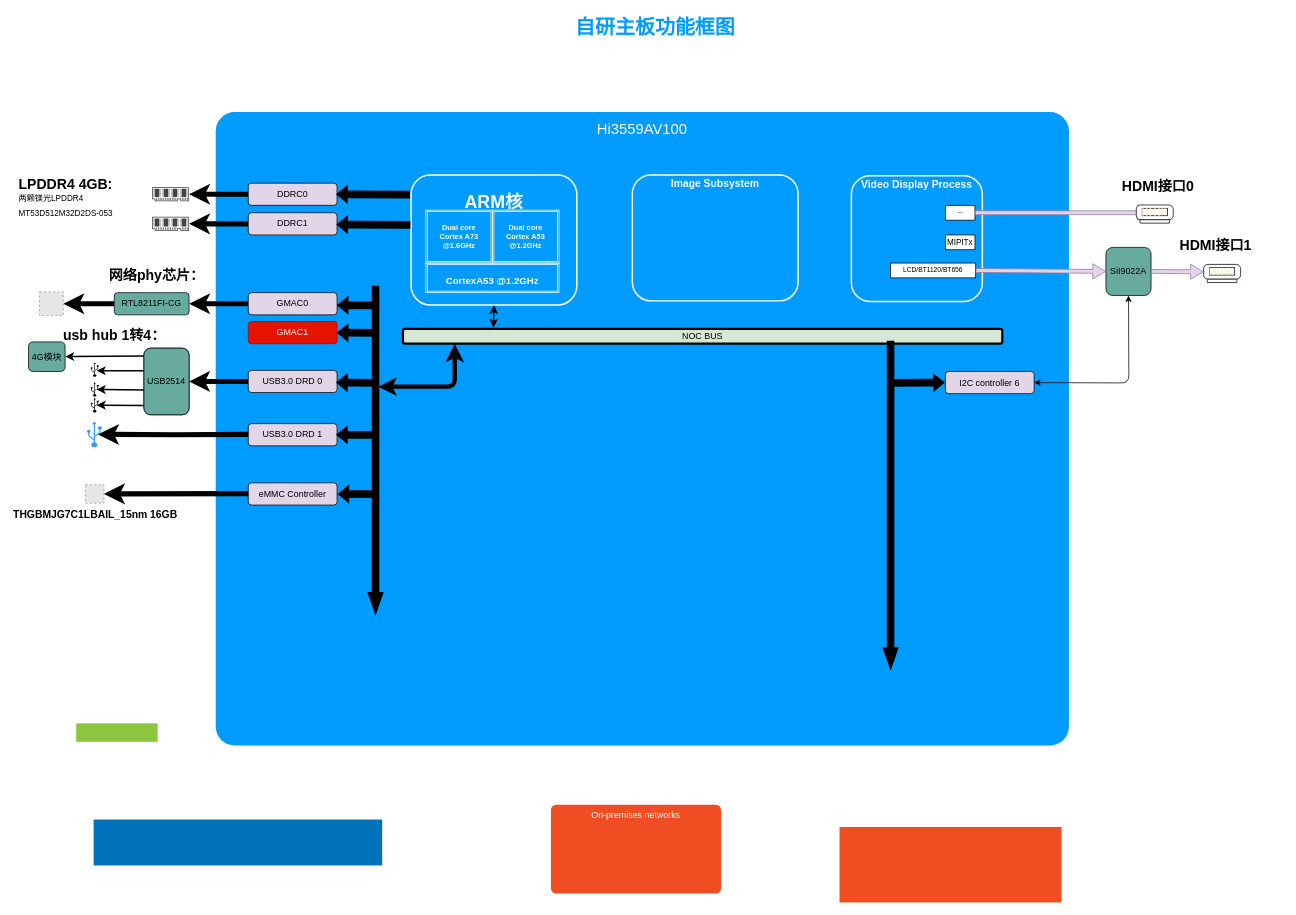
qiaoshouxing/draw.io keeps this draw.io diagram as Hi3559av100.drawio. Above is the earlier version. Source tidied: cells renumbered, new cells numbered last; positions are measured from the earlier drawing's top-left corner, leaving out a move shared by most shapes. Both pictures are drawn from the tidied source at 74%, with x=0, y=0 at pixel (17, 13). Pictures stored in the file or linked from it are replaced by grey dashed boxes.
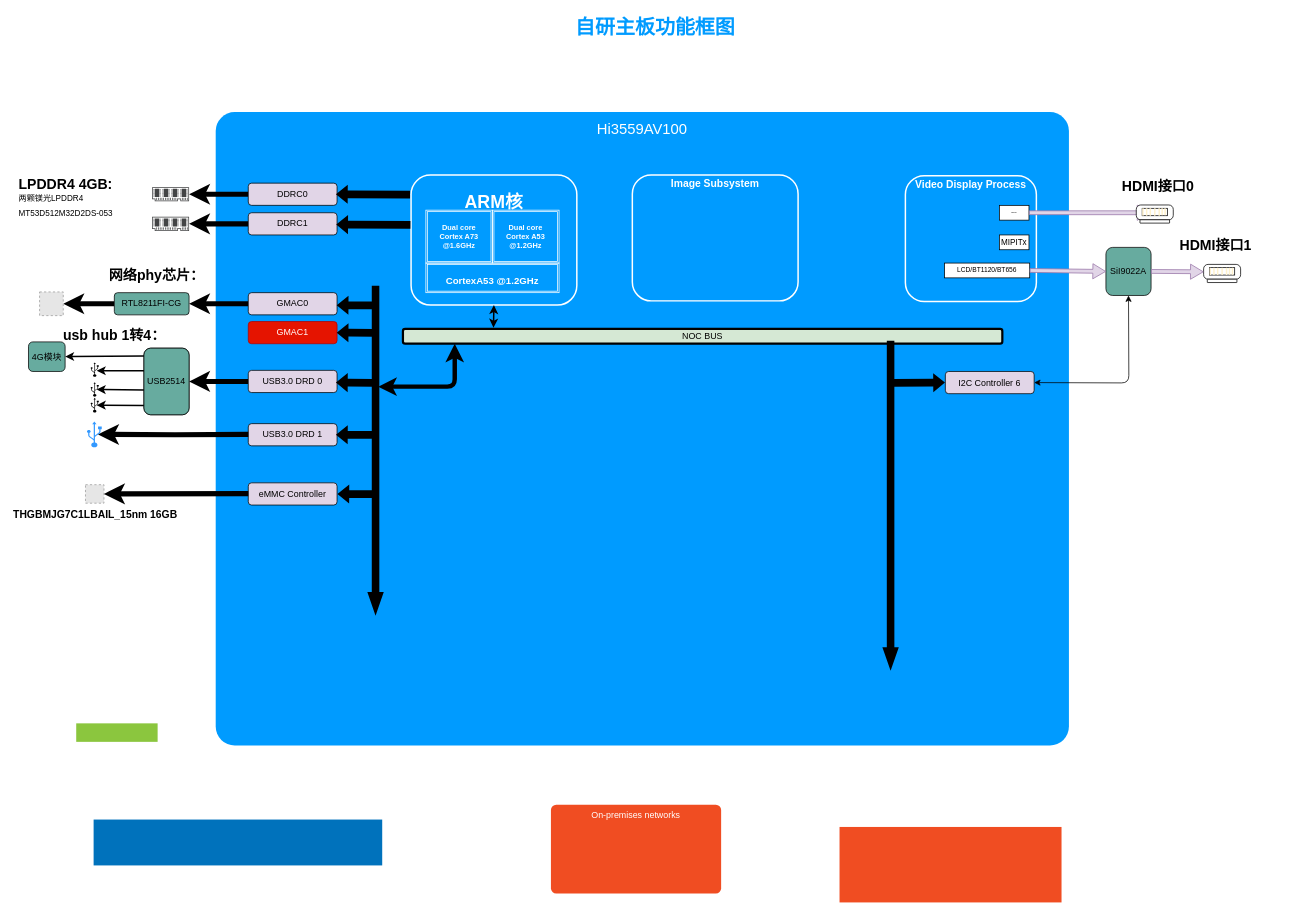
After the change.

The edit, as a diff of the source:
```diff
@@
     <mxCell id="57" value="&lt;h1&gt;&lt;font color=&quot;#ffffff&quot; style=&quot;font-size: 14px&quot;&gt;Video Display Process&lt;/font&gt;&lt;/h1&gt;" style="rounded=1;whiteSpace=wrap;html=1;shadow=0;strokeWidth=2;fillColor=none;fontSize=12;fontColor=#000000;align=center;strokeColor=#FFFFFF;verticalAlign=top;horizontal=1;spacing=-26;" parent="1" vertex="1">
-      <mxGeometry x="1127" y="220" width="177" height="170" as="geometry" />
+      <mxGeometry x="1200" y="220" width="177" height="170" as="geometry" />
     </mxCell>
     <mxCell id="58" value="&lt;font style=&quot;font-size: 3px;&quot;&gt;HDMI&lt;/font&gt;" style="rounded=0;whiteSpace=wrap;html=1;align=center;fontSize=3;" parent="1" vertex="1">
-      <mxGeometry x="1254" y="260" width="40" height="20" as="geometry" />
+      <mxGeometry x="1327" y="260" width="40" height="20" as="geometry" />
     </mxCell>
     <mxCell id="59" value="&lt;font style=&quot;font-size: 11px&quot;&gt;MIPITx&lt;/font&gt;" style="rounded=0;whiteSpace=wrap;html=1;align=center;fontSize=3;" parent="1" vertex="1">
-      <mxGeometry x="1254" y="300" width="40" height="20" as="geometry" />
+      <mxGeometry x="1327" y="300" width="40" height="20" as="geometry" />
     </mxCell>
     <mxCell id="60" value="&lt;div&gt;&lt;font style=&quot;font-size: 9px&quot;&gt;LCD/BT1120/BT656&lt;/font&gt;&lt;/div&gt;" style="rounded=0;whiteSpace=wrap;html=1;align=center;fontSize=1;fontStyle=0;fontFamily=Helvetica;" parent="1" vertex="1">
-      <mxGeometry x="1180" y="338" width="115" height="20" as="geometry" />
+      <mxGeometry x="1253" y="338" width="115" height="20" as="geometry" />
     </mxCell>
@@
-    <mxCell id="87" value="I2C controller 6" style="rounded=1;whiteSpace=wrap;html=1;strokeColor=#000000;strokeWidth=1;fillColor=#e1d5e7;" parent="1" vertex="1">
+    <mxCell id="87" value="I2C Controller 6" style="rounded=1;whiteSpace=wrap;html=1;strokeColor=#000000;strokeWidth=1;fillColor=#e1d5e7;" parent="1" vertex="1">
       <mxGeometry x="1254" y="484.5" width="120" height="30" as="geometry" />
     </mxCell>
```
